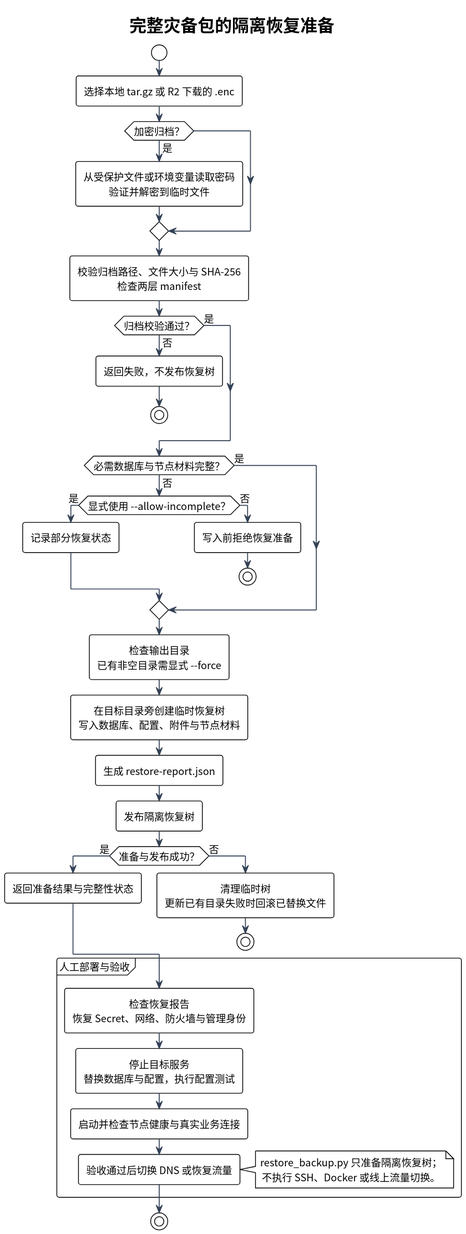
i-zrhe2016/ai-routing-panel keeps this PlantUML diagram as docs/diagrams/disaster-restore-preparation.svg. Above is the earlier version. The source it was exported from:
```plantuml
@startuml
!include style.iuml
title 完整灾备包的隔离恢复准备

start
:选择本地 tar.gz 或 R2 下载的 .enc;
if (加密归档？) then (是)
  :从受保护文件或环境变量读取密码\n验证并解密到临时文件;
endif
:校验归档路径、文件大小与 SHA-256\n检查两层 manifest;
if (归档校验通过？) then (是)
else (否)
  :返回失败，不发布恢复树;
  stop
endif
if (必需数据库与节点材料完整？) then (是)
else (否)
  if (显式使用 --allow-incomplete？) then (是)
    :记录部分恢复状态;
  else (否)
    :写入前拒绝恢复准备;
    stop
  endif
endif
:检查输出目录\n已有非空目录需显式 --force;
:在目标目录旁创建临时恢复树\n写入数据库、配置、附件与节点材料;
:生成 restore-report.json;
:发布隔离恢复树;
if (准备与发布成功？) then (是)
  :返回准备结果与完整性状态;
else (否)
  :清理临时树\n更新已有目录失败时回滚已替换文件;
  stop
endif
partition 人工部署与验收 {
  :检查恢复报告\n恢复 Secret、网络、防火墙与管理身份;
  :停止目标服务\n替换数据库与配置，执行配置测试;
  :启动并检查节点健康与真实业务连接;
  :验收通过后切换 DNS 或恢复流量;
}
note right
  restore_backup.py 只准备隔离恢复树；
  不执行 SSH、Docker 或线上流量切换。
end note
stop
@enduml
```
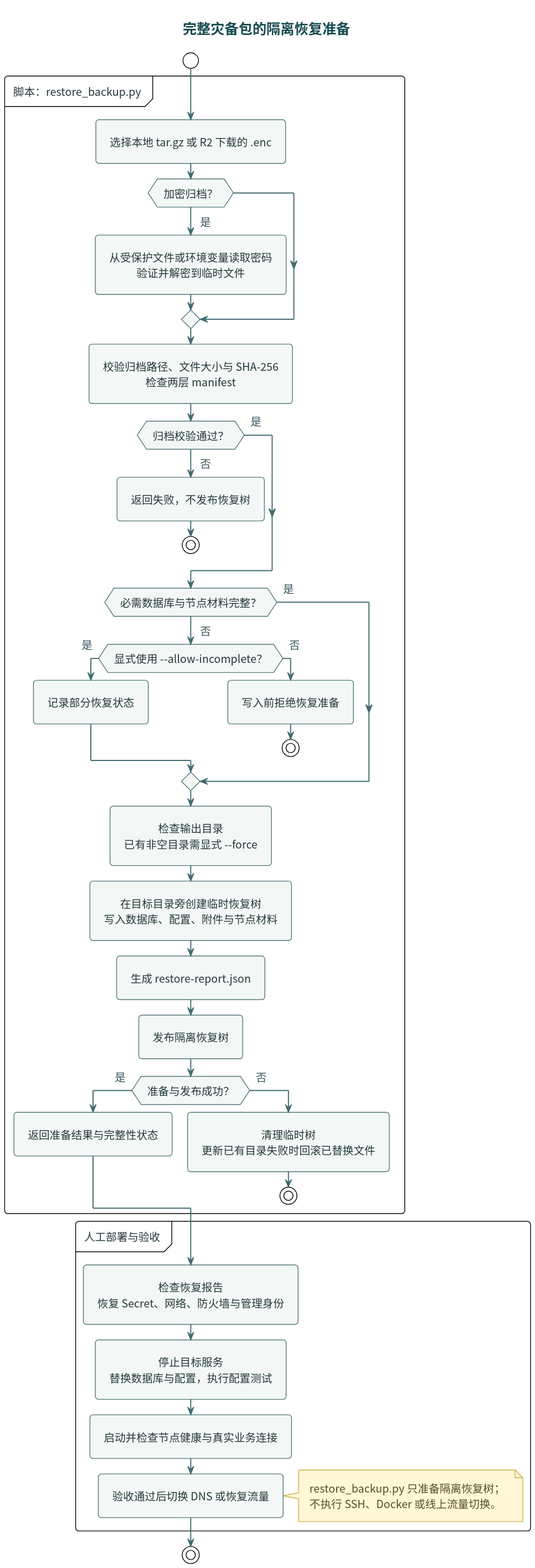
Later version of the same file.

What changed in the source:
```diff
@@ -3,6 +3,7 @@
 title 完整灾备包的隔离恢复准备
 
 start
+partition "脚本：restore_backup.py" {
 :选择本地 tar.gz 或 R2 下载的 .enc;
 if (加密归档？) then (是)
   :从受保护文件或环境变量读取密码\n验证并解密到临时文件;
@@ -32,7 +33,8 @@
   :清理临时树\n更新已有目录失败时回滚已替换文件;
   stop
 endif
-partition 人工部署与验收 {
+}
+partition "人工部署与验收" {
   :检查恢复报告\n恢复 Secret、网络、防火墙与管理身份;
   :停止目标服务\n替换数据库与配置，执行配置测试;
   :启动并检查节点健康与真实业务连接;
```
